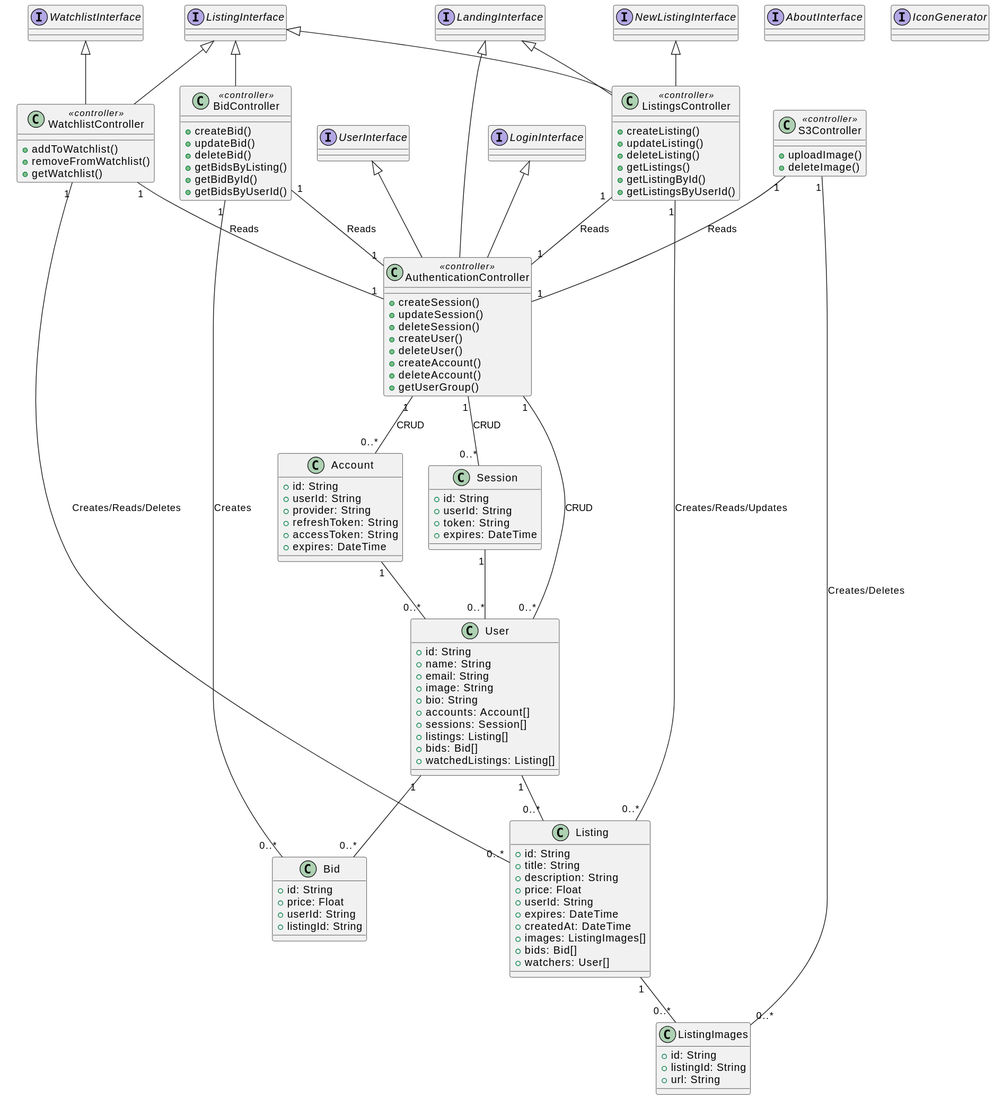
Earlier version of the PlantUML export uml/out/ClassDiagram.svg (martinmiglio/CS471-Project).
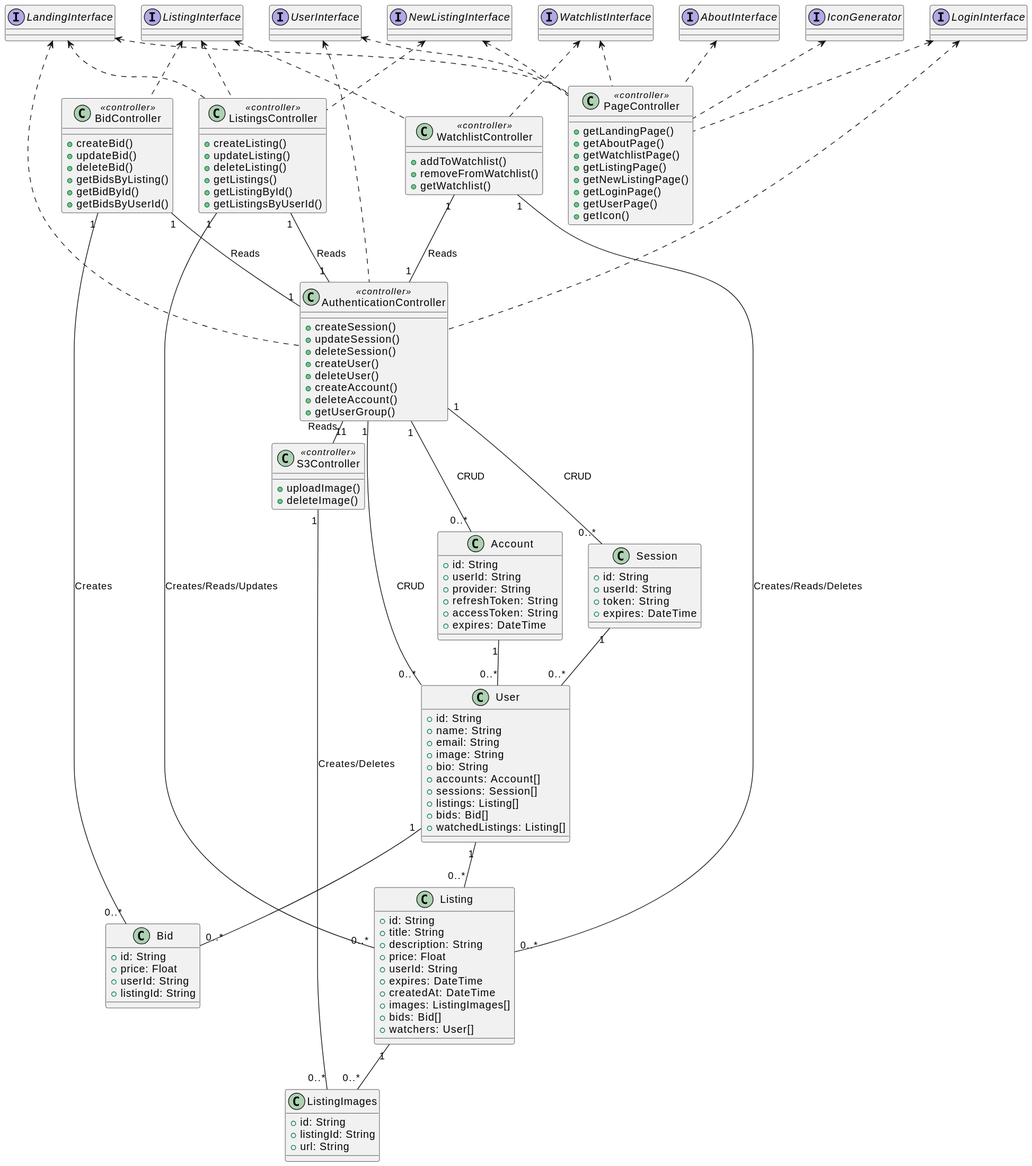
After the commit.

Commit message:
Generated SVG images for PlantUML diagrams

Diff of the diagram source:
```diff
@@ -61,6 +61,16 @@
 User "1" -- "0..*" Bid
 Listing "1" -- "0..*" ListingImages
 
+class PageController <<controller>>{
+  +getLandingPage()
+  +getAboutPage()
+  +getWatchlistPage()
+    +getListingPage()
+    +getNewListingPage()
+    +getLoginPage()
+    +getUserPage()
++getIcon()
+}
 
 class ListingsController <<controller>>{
   +createListing()
@@ -114,7 +124,7 @@
 WatchlistController "1" -- "1" AuthenticationController : Reads
 
 S3Controller "1" -- "0..*" ListingImages : Creates/Deletes
-S3Controller "1" -- "1" AuthenticationController : Reads
+S3Controller "1" -l- "1" AuthenticationController : Reads
 
 BidController "1" -- "0..*" Bid : Creates
 BidController "1" -- "1" AuthenticationController : Reads
@@ -130,13 +140,21 @@
 interface IconGenerator
 
 
-UserInterface <|-- AuthenticationController
-NewListingInterface <|-- ListingsController
-LoginInterface <|-- AuthenticationController
-WatchlistInterface <|-- WatchlistController
-LandingInterface <|-- AuthenticationController
-LandingInterface <|-- ListingsController
-ListingInterface <|-- ListingsController
-ListingInterface <|-- WatchlistController
-ListingInterface <|-- BidController
+UserInterface <.. AuthenticationController
+NewListingInterface <.. ListingsController
+LoginInterface <.. AuthenticationController
+WatchlistInterface <.. WatchlistController
+LandingInterface <.. AuthenticationController
+LandingInterface <.. ListingsController
+ListingInterface <.. ListingsController
+ListingInterface <.. WatchlistController
+ListingInterface <.. BidController
+
+UserInterface <.. PageController
+NewListingInterface <.. PageController
+LoginInterface <.. PageController
+WatchlistInterface <.. PageController
+AboutInterface <.. PageController
+LandingInterface <.. PageController
+IconGenerator <.. PageController
 @enduml
```
